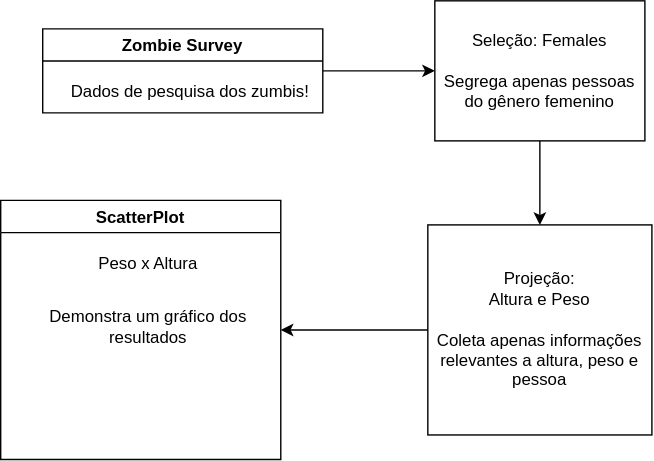
The draw.io diagram labs/2022/01-architectures/solucoes/Pobre/images/tarefa04_dataflow.drawio.svg in santanche/component2learn, before a commit. Source tidied: cells renumbered, new cells last; positions are measured from the earlier drawing's top-left corner, leaving out a move shared by most shapes.
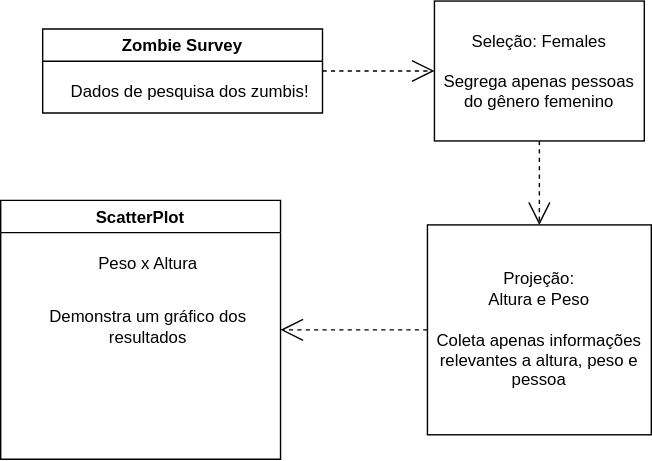
The same diagram one commit later.

Change to the diagram source:
```diff
@@ -2,7 +2,7 @@
   <root>
     <mxCell id="0" />
     <mxCell id="1" parent="0" />
-    <mxCell id="2" style="edgeStyle=orthogonalEdgeStyle;rounded=0;jettySize=auto;html=1;" parent="1" edge="1" source="3" target="6">
+    <mxCell id="2" style="edgeStyle=orthogonalEdgeStyle;rounded=0;jettySize=auto;html=1;dashed=1;endArrow=open;endFill=0;endSize=14;" parent="1" edge="1" source="3" target="6">
       <mxGeometry relative="1" as="geometry" />
     </mxCell>
     <mxCell id="3" value="Zombie Survey" style="swimlane;" parent="1" vertex="1">
@@ -11,13 +11,13 @@
     <mxCell id="4" value="Dados de pesquisa dos zumbis!" style="text;html=1;align=center;verticalAlign=middle;strokeColor=none;fillColor=none;" parent="3" vertex="1">
       <mxGeometry x="10" y="30" width="190" height="30" as="geometry" />
     </mxCell>
-    <mxCell id="5" style="edgeStyle=orthogonalEdgeStyle;rounded=0;jettySize=auto;html=1;" parent="1" edge="1" source="6" target="8">
+    <mxCell id="5" style="edgeStyle=orthogonalEdgeStyle;rounded=0;jettySize=auto;html=1;dashed=1;endArrow=open;endFill=0;endSize=14;" parent="1" edge="1" source="6" target="8">
       <mxGeometry relative="1" as="geometry" />
     </mxCell>
     <mxCell id="6" value="&lt;div&gt;Seleção: Females&lt;/div&gt;&lt;div&gt;&lt;br&gt;&lt;/div&gt;&lt;div&gt;Segrega apenas pessoas do gênero femenino&lt;br&gt;&lt;/div&gt;" style="rounded=0;whiteSpace=wrap;html=1;" parent="1" vertex="1">
       <mxGeometry x="310" width="150" height="100" as="geometry" />
     </mxCell>
-    <mxCell id="7" style="edgeStyle=orthogonalEdgeStyle;rounded=0;jettySize=auto;html=1;" parent="1" edge="1" source="8" target="9">
+    <mxCell id="7" style="edgeStyle=orthogonalEdgeStyle;rounded=0;jettySize=auto;html=1;dashed=1;endArrow=open;endFill=0;endSize=14;" parent="1" edge="1" source="8" target="9">
       <mxGeometry relative="1" as="geometry" />
     </mxCell>
     <mxCell id="8" value="&lt;div&gt;Projeção:&lt;/div&gt;&lt;div&gt;Altura e Peso&lt;/div&gt;&lt;div&gt;&lt;br&gt;&lt;/div&gt;&lt;div&gt;Coleta apenas informações relevantes a altura, peso e pessoa&lt;br&gt;&lt;/div&gt;" style="rounded=0;whiteSpace=wrap;html=1;" parent="1" vertex="1">
```
